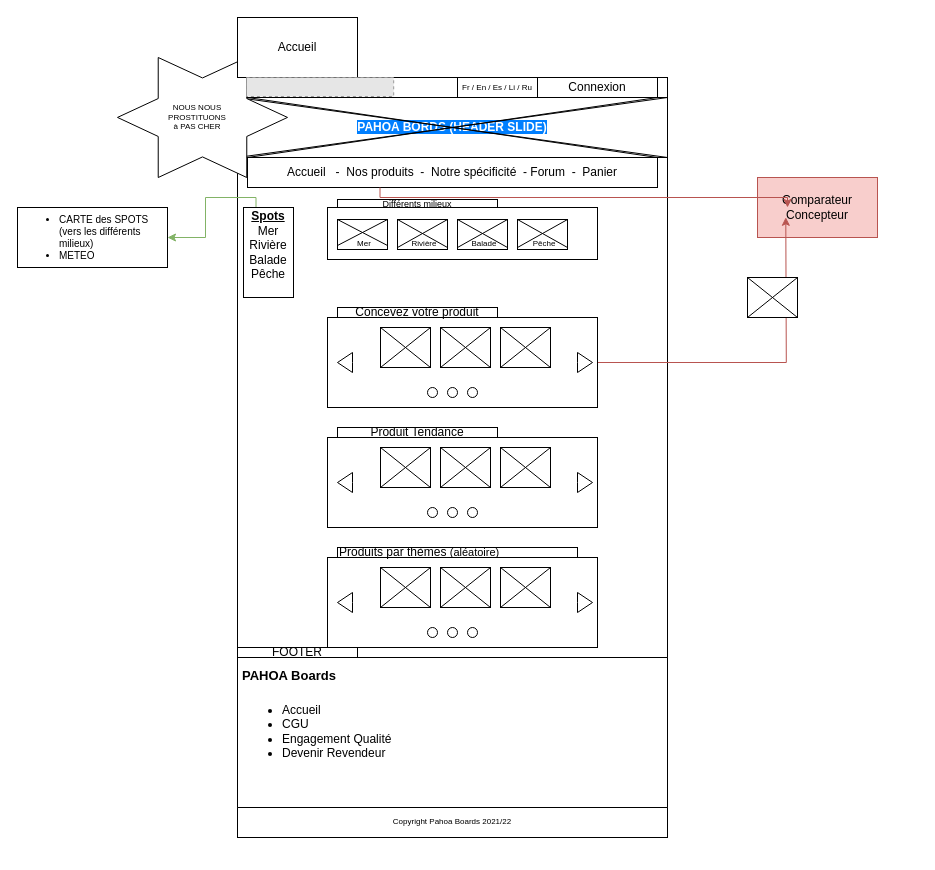
This is page "__UX__" (7 of 7) of Untitled Diagram.drawio from Spirulineman/Le_meilleur_coin.com, a draw.io file, before an edit. Source tidied: cells renumbered, new cells numbered last; positions are measured from the earlier drawing's top-left corner, leaving out a move shared by most shapes. Both pictures are drawn from the tidied source at 100%, with x=0, y=0 at pixel (17, 17). Pictures stored in the file or linked from it are replaced by grey dashed boxes.
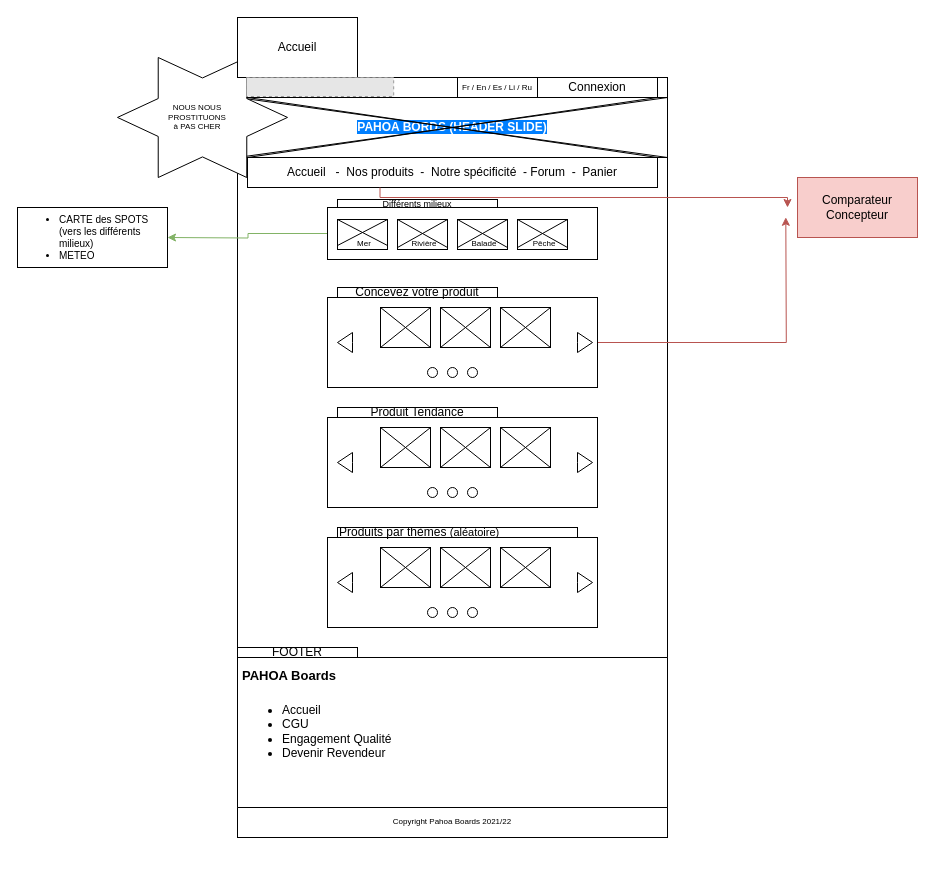
The same diagram, later.

Unchanged cells that the change refers to:
```xml
<mxCell id="94" style="rounded=0;whiteSpace=wrap;html=1;" parent="93" vertex="1">
  <mxGeometry y="8" width="270" height="52" as="geometry" />
</mxCell>
```

The edit, as a diff of the source:
```diff
@@
-    <mxCell id="18" style="edgeStyle=orthogonalEdgeStyle;rounded=0;jettySize=auto;html=1;exitX=0.25;exitY=0;exitDx=0;exitDy=0;fontSize=8;fillColor=#d5e8d4;strokeColor=#82b366;" parent="1" edge="1" source="19">
+    <mxCell id="18" style="edgeStyle=orthogonalEdgeStyle;rounded=0;jettySize=auto;html=1;fontSize=8;fillColor=#d5e8d4;strokeColor=#82b366;exitX=0;exitY=0.5;exitDx=0;exitDy=0;" parent="1" edge="1" source="94">
       <mxGeometry relative="1" as="geometry">
         <mxPoint x="150" y="220" as="targetPoint" />
-        <Array as="points">
-          <mxPoint x="239" y="180" />
-          <mxPoint x="188" y="180" />
-          <mxPoint x="188" y="220" />
-        </Array>
       </mxGeometry>
     </mxCell>
-    <mxCell id="19" value="&lt;div&gt;&lt;b&gt;&lt;u&gt;Spots&lt;/u&gt;&lt;/b&gt;&lt;/div&gt;&lt;div&gt;Mer&lt;/div&gt;&lt;div&gt;Rivière&lt;/div&gt;&lt;div&gt;Balade&lt;/div&gt;&lt;div&gt;Pêche&lt;/div&gt;&lt;div&gt;&lt;br&gt;&lt;/div&gt;" style="rounded=0;whiteSpace=wrap;html=1;" parent="1" vertex="1">
-      <mxGeometry x="226" y="190" width="50" height="90" as="geometry" />
-    </mxCell>
     <mxCell id="20" value="&lt;div&gt;Comparateur&lt;/div&gt;&lt;div&gt;Concepteur&lt;br&gt;&lt;/div&gt;" style="rounded=0;whiteSpace=wrap;html=1;fillColor=#f8cecc;strokeColor=#b85450;" parent="1" vertex="1">
-      <mxGeometry x="740" y="160" width="120" height="60" as="geometry" />
+      <mxGeometry x="780" y="160" width="120" height="60" as="geometry" />
     </mxCell>
@@
-    <mxCell id="23" style="group;" parent="1" vertex="1">
-      <mxGeometry x="730" y="260" width="50" height="40" as="geometry" />
-    </mxCell>
-    <mxCell id="24" style="rounded=0;whiteSpace=wrap;html=1;" parent="23" vertex="1">
-      <mxGeometry width="50" height="40" as="geometry" />
-    </mxCell>
-    <mxCell id="25" style="endArrow=none;html=1;exitX=0;exitY=1;exitDx=0;exitDy=0;entryX=1;entryY=0;entryDx=0;entryDy=0;" parent="23" edge="1" source="24" target="24">
-      <mxGeometry relative="1" as="geometry" />
-    </mxCell>
-    <mxCell id="26" style="endArrow=none;html=1;exitX=0;exitY=0;exitDx=0;exitDy=0;entryX=1;entryY=1;entryDx=0;entryDy=0;" parent="23" edge="1" source="24" target="24">
-      <mxGeometry relative="1" as="geometry" />
-    </mxCell>
     <mxCell id="27" style="group;" parent="1" vertex="1">
-      <mxGeometry x="310" y="290" width="270" height="100" as="geometry" />
+      <mxGeometry x="310" y="270" width="270" height="100" as="geometry" />
     </mxCell>
@@
     <mxCell id="47" style="group;" parent="1" vertex="1">
-      <mxGeometry x="310" y="410" width="270" height="100" as="geometry" />
+      <mxGeometry x="310" y="390" width="270" height="100" as="geometry" />
     </mxCell>
@@
     <mxCell id="67" style="group;" parent="1" vertex="1">
-      <mxGeometry x="310" y="530" width="270" height="100" as="geometry" />
+      <mxGeometry x="310" y="510" width="270" height="100" as="geometry" />
     </mxCell>
```
